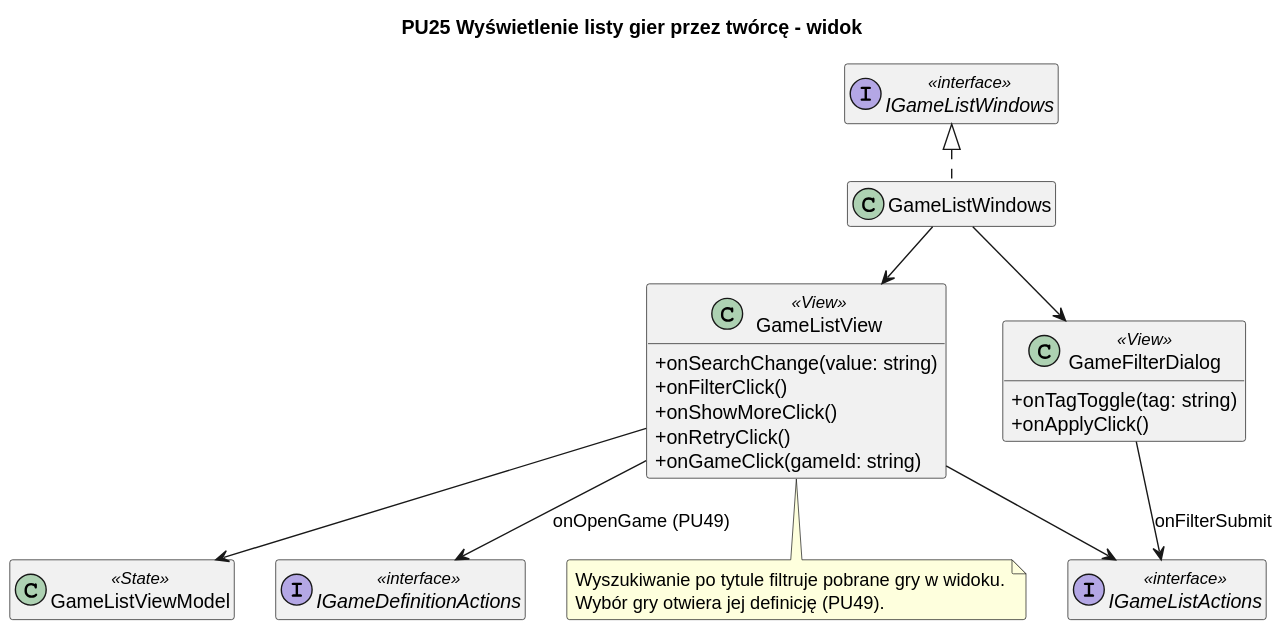
Above: diagrams/frontend/rendered/game-list-view.svg in Igor-Ochocki/POP-2026Z (PlantUML), before the change.
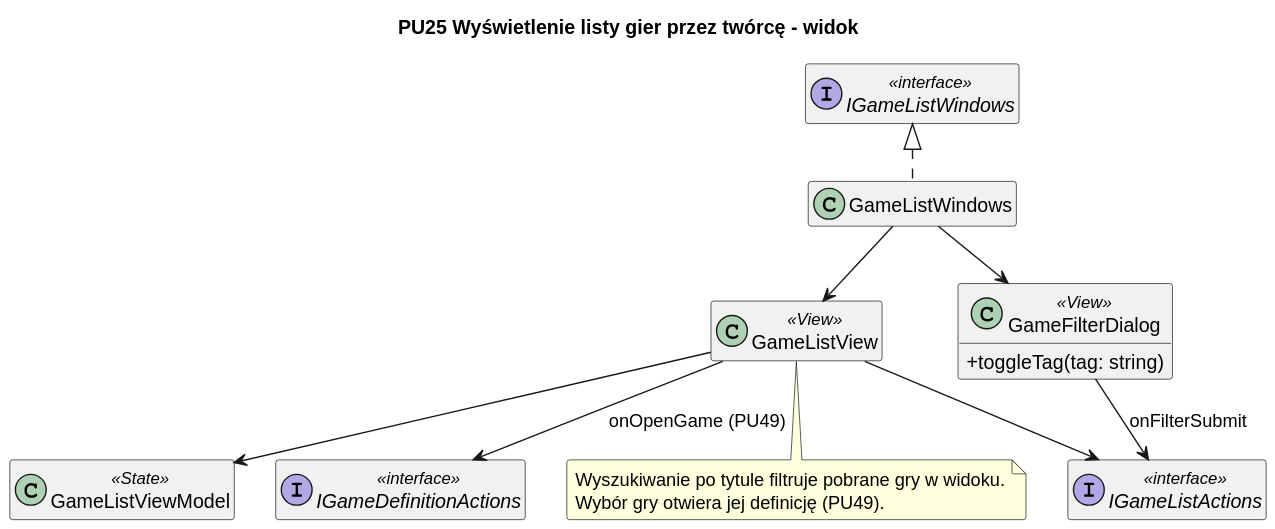
The same diagram one commit later.

What changed in the source:
```diff
@@ -10,17 +10,10 @@
 
 title PU25 Wyświetlenie listy gier przez twórcę - widok
 
-class GameListView <<View>> {
-    + onSearchChange(value: string)
-    + onFilterClick()
-    + onShowMoreClick()
-    + onRetryClick()
-    + onGameClick(gameId: string)
-}
+class GameListView <<View>>
 
 class GameFilterDialog <<View>> {
-    + onTagToggle(tag: string)
-    + onApplyClick()
+    + toggleTag(tag: string)
 }
 
 class GameListWindows
```
